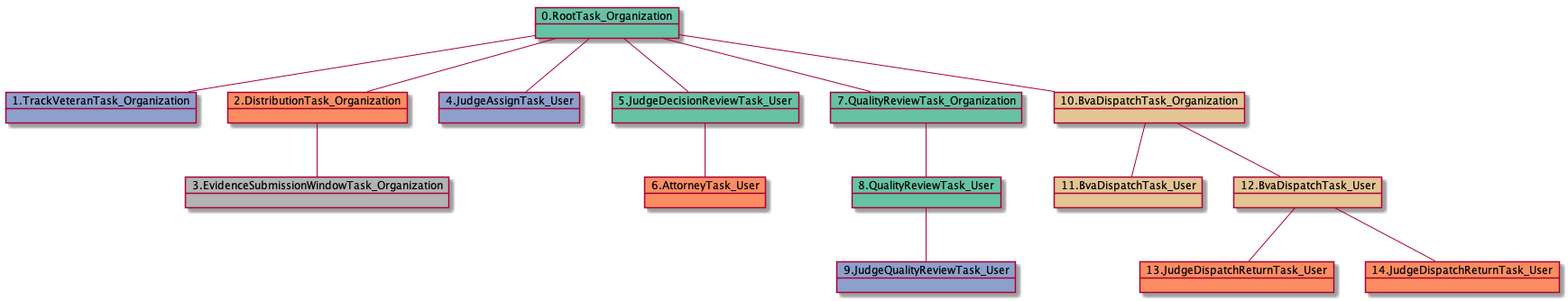
Before: docs-ES/uml/RTO.TVTO.DTO.ESWTO.JATU.JDRTU.ATU.QRTO.QRTU-15411.png, a diagram exported from PlantUML (yoomlam/graphing).
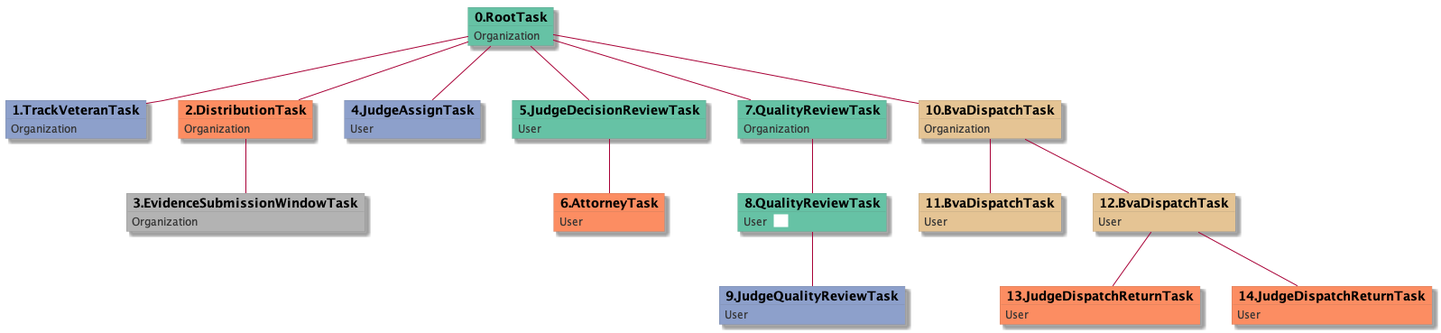
The same file after the commit.

Diff of the diagram source:
```diff
@@ -1,31 +1,69 @@
 @startuml
-object 0.RootTask_Organization #66c2a5
-object 1.TrackVeteranTask_Organization #8da0cb
-object 2.DistributionTask_Organization #fc8d62
-object 3.EvidenceSubmissionWindowTask_Organization #b3b3b3
-object 4.JudgeAssignTask_User #8da0cb
-object 5.JudgeDecisionReviewTask_User #66c2a5
-object 6.AttorneyTask_User #fc8d62
-object 7.QualityReviewTask_Organization #66c2a5
-object 8.QualityReviewTask_User #66c2a5
-object 9.JudgeQualityReviewTask_User #8da0cb
-object 10.BvaDispatchTask_Organization #e5c494
-object 11.BvaDispatchTask_User #e5c494
-object 12.BvaDispatchTask_User #e5c494
-object 13.JudgeDispatchReturnTask_User #fc8d62
-object 14.JudgeDispatchReturnTask_User #fc8d62
-0.RootTask_Organization -- 1.TrackVeteranTask_Organization
-0.RootTask_Organization -- 2.DistributionTask_Organization
-2.DistributionTask_Organization -- 3.EvidenceSubmissionWindowTask_Organization
-0.RootTask_Organization -- 4.JudgeAssignTask_User
-0.RootTask_Organization -- 5.JudgeDecisionReviewTask_User
-5.JudgeDecisionReviewTask_User -- 6.AttorneyTask_User
-0.RootTask_Organization -- 7.QualityReviewTask_Organization
-7.QualityReviewTask_Organization -- 8.QualityReviewTask_User
-8.QualityReviewTask_User -- 9.JudgeQualityReviewTask_User
-0.RootTask_Organization -- 10.BvaDispatchTask_Organization
-10.BvaDispatchTask_Organization -- 11.BvaDispatchTask_User
-10.BvaDispatchTask_Organization -- 12.BvaDispatchTask_User
-12.BvaDispatchTask_User -- 13.JudgeDispatchReturnTask_User
-12.BvaDispatchTask_User -- 14.JudgeDispatchReturnTask_User
+skinparam {
+  ObjectBorderColor #555
+  ObjectBorderThickness 0
+  ObjectFontStyle bold
+  ObjectFontSize 14
+  ObjectAttributeFontColor #333
+  ObjectAttributeFontSize 12
+}
+  object 0.RootTask #66c2a5 {
+Organization
+}
+  object 1.TrackVeteranTask #8da0cb {
+Organization
+}
+  object 2.DistributionTask #fc8d62 {
+Organization
+}
+  object 3.EvidenceSubmissionWindowTask #b3b3b3 {
+Organization
+}
+  object 4.JudgeAssignTask #8da0cb {
+User
+}
+  object 5.JudgeDecisionReviewTask #66c2a5 {
+User
+}
+  object 6.AttorneyTask #fc8d62 {
+User
+}
+  object 7.QualityReviewTask #66c2a5 {
+Organization
+}
+  object 8.QualityReviewTask #66c2a5 {
+User  <back:white>    </back>
+}
+  object 9.JudgeQualityReviewTask #8da0cb {
+User
+}
+  object 10.BvaDispatchTask #e5c494 {
+Organization
+}
+  object 11.BvaDispatchTask #e5c494 {
+User
+}
+  object 12.BvaDispatchTask #e5c494 {
+User
+}
+  object 13.JudgeDispatchReturnTask #fc8d62 {
+User
+}
+  object 14.JudgeDispatchReturnTask #fc8d62 {
+User
+}
+0.RootTask -- 1.TrackVeteranTask
+0.RootTask -- 2.DistributionTask
+2.DistributionTask -- 3.EvidenceSubmissionWindowTask
+0.RootTask -- 4.JudgeAssignTask
+0.RootTask -- 5.JudgeDecisionReviewTask
+5.JudgeDecisionReviewTask -- 6.AttorneyTask
+0.RootTask -- 7.QualityReviewTask
+7.QualityReviewTask -- 8.QualityReviewTask
+8.QualityReviewTask -- 9.JudgeQualityReviewTask
+0.RootTask -- 10.BvaDispatchTask
+10.BvaDispatchTask -- 11.BvaDispatchTask
+10.BvaDispatchTask -- 12.BvaDispatchTask
+12.BvaDispatchTask -- 13.JudgeDispatchReturnTask
+12.BvaDispatchTask -- 14.JudgeDispatchReturnTask
 @enduml
```
